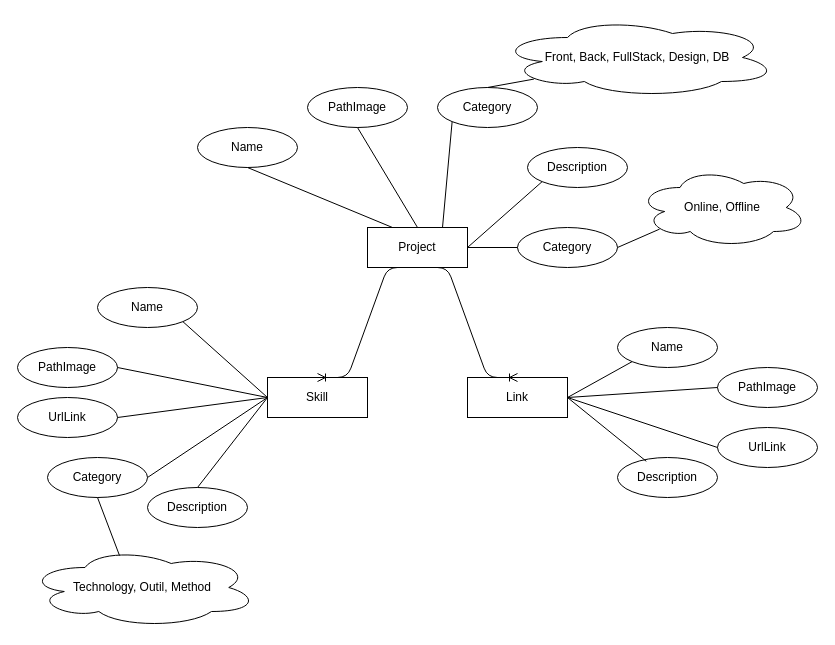
Before: page "Portfolio" (6 of 6) of src/design/database_model.drawio in JacintoRR396/sdjr2---web-sd_portfolio--ang, a draw.io diagram. Source tidied: cells renumbered, new cells numbered last; positions are measured from the earlier drawing's top-left corner, leaving out a move shared by most shapes. Both pictures are drawn from the tidied source at 100%, with x=0, y=0 at pixel (17, 17).
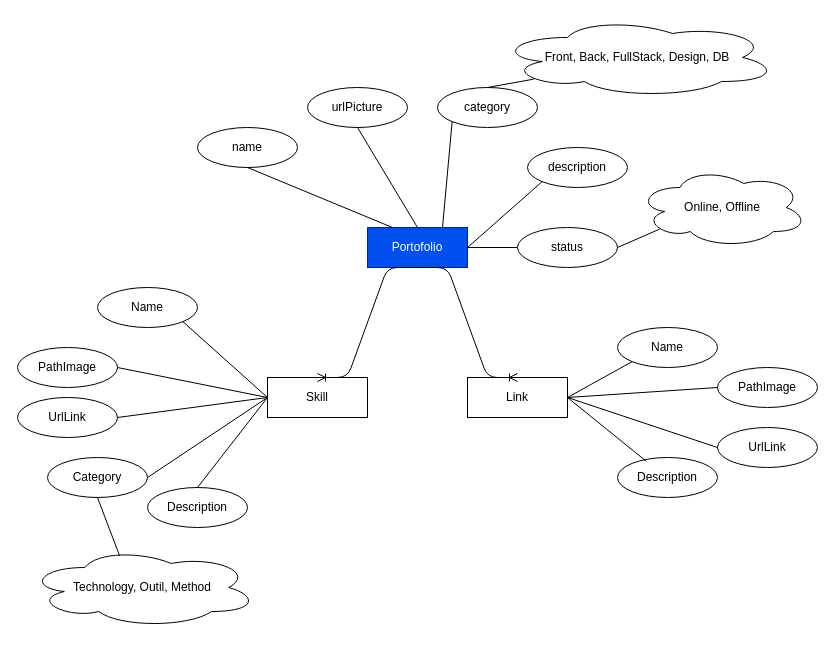
The same diagram, later.

Diff of the diagram source:
```diff
@@
-    <mxCell id="2" value="Project" style="whiteSpace=wrap;html=1;align=center;" parent="1" vertex="1">
+    <mxCell id="2" value="Portofolio" style="whiteSpace=wrap;html=1;align=center;fillColor=#0050ef;fontColor=#ffffff;strokeColor=#001DBC;" parent="1" vertex="1">
       <mxGeometry x="350" y="210" width="100" height="40" as="geometry" />
     </mxCell>
-    <mxCell id="3" value="Name" style="ellipse;whiteSpace=wrap;html=1;align=center;" parent="1" vertex="1">
+    <mxCell id="3" value="name" style="ellipse;whiteSpace=wrap;html=1;align=center;" parent="1" vertex="1">
       <mxGeometry x="180" y="110" width="100" height="40" as="geometry" />
     </mxCell>
@@
-    <mxCell id="5" value="PathImage" style="ellipse;whiteSpace=wrap;html=1;align=center;" parent="1" vertex="1">
+    <mxCell id="5" value="urlPicture" style="ellipse;whiteSpace=wrap;html=1;align=center;" parent="1" vertex="1">
       <mxGeometry x="290" y="70" width="100" height="40" as="geometry" />
     </mxCell>
@@
-    <mxCell id="7" value="Category" style="ellipse;whiteSpace=wrap;html=1;align=center;" parent="1" vertex="1">
+    <mxCell id="7" value="category" style="ellipse;whiteSpace=wrap;html=1;align=center;" parent="1" vertex="1">
       <mxGeometry x="420" y="70" width="100" height="40" as="geometry" />
     </mxCell>
@@
-    <mxCell id="9" value="Description" style="ellipse;whiteSpace=wrap;html=1;align=center;" parent="1" vertex="1">
+    <mxCell id="9" value="description" style="ellipse;whiteSpace=wrap;html=1;align=center;" parent="1" vertex="1">
       <mxGeometry x="510" y="130" width="100" height="40" as="geometry" />
     </mxCell>
@@
-    <mxCell id="37" value="Category" style="ellipse;whiteSpace=wrap;html=1;align=center;" parent="1" vertex="1">
+    <mxCell id="37" value="status" style="ellipse;whiteSpace=wrap;html=1;align=center;" parent="1" vertex="1">
       <mxGeometry x="500" y="210" width="100" height="40" as="geometry" />
     </mxCell>
```
